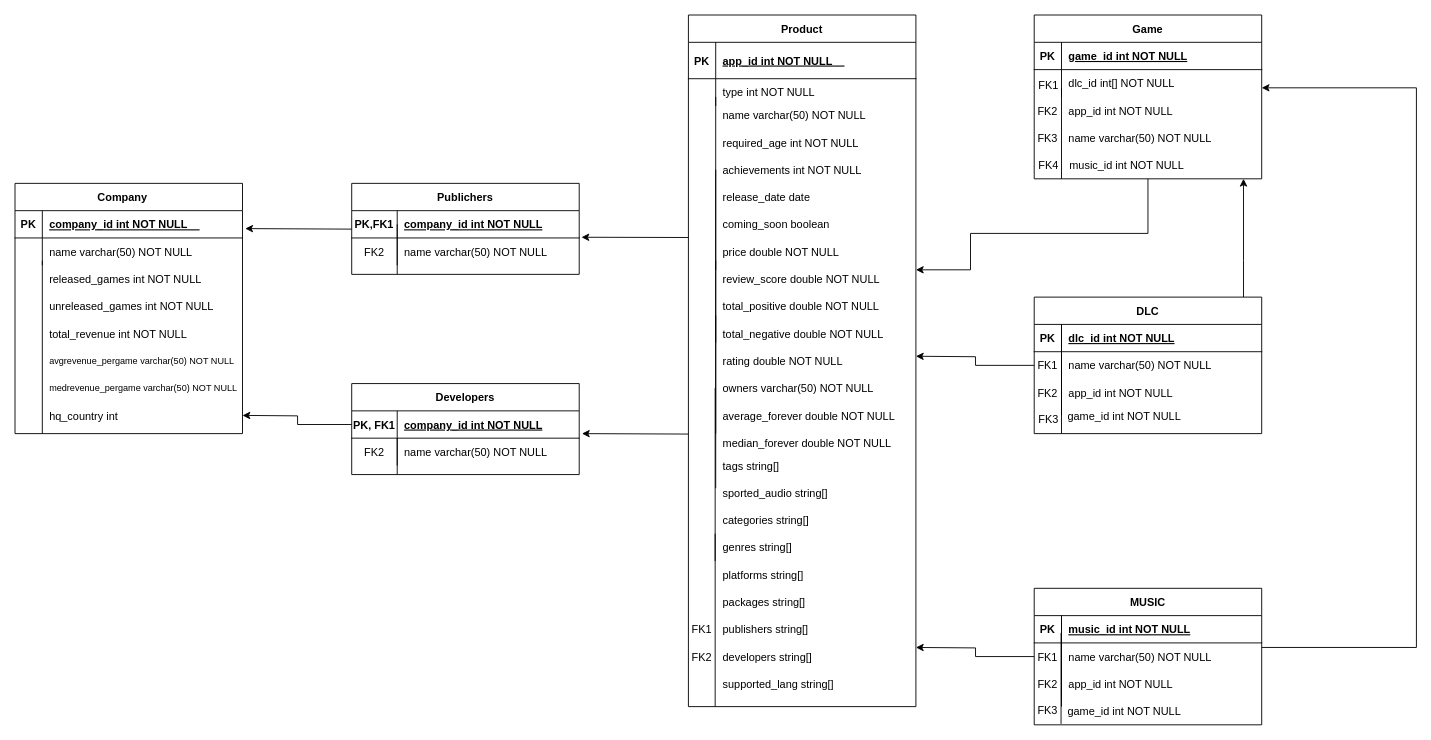
This is Trabalho/Untitled Diagram.drawio from Cyber-Dragon-18/BD, a draw.io file, before an edit. Source tidied: cells renumbered, new cells numbered last; positions are measured from the earlier drawing's top-left corner, leaving out a move shared by most shapes. Both pictures are drawn from the tidied source at 91%, with x=0, y=0 at pixel (15, 15).
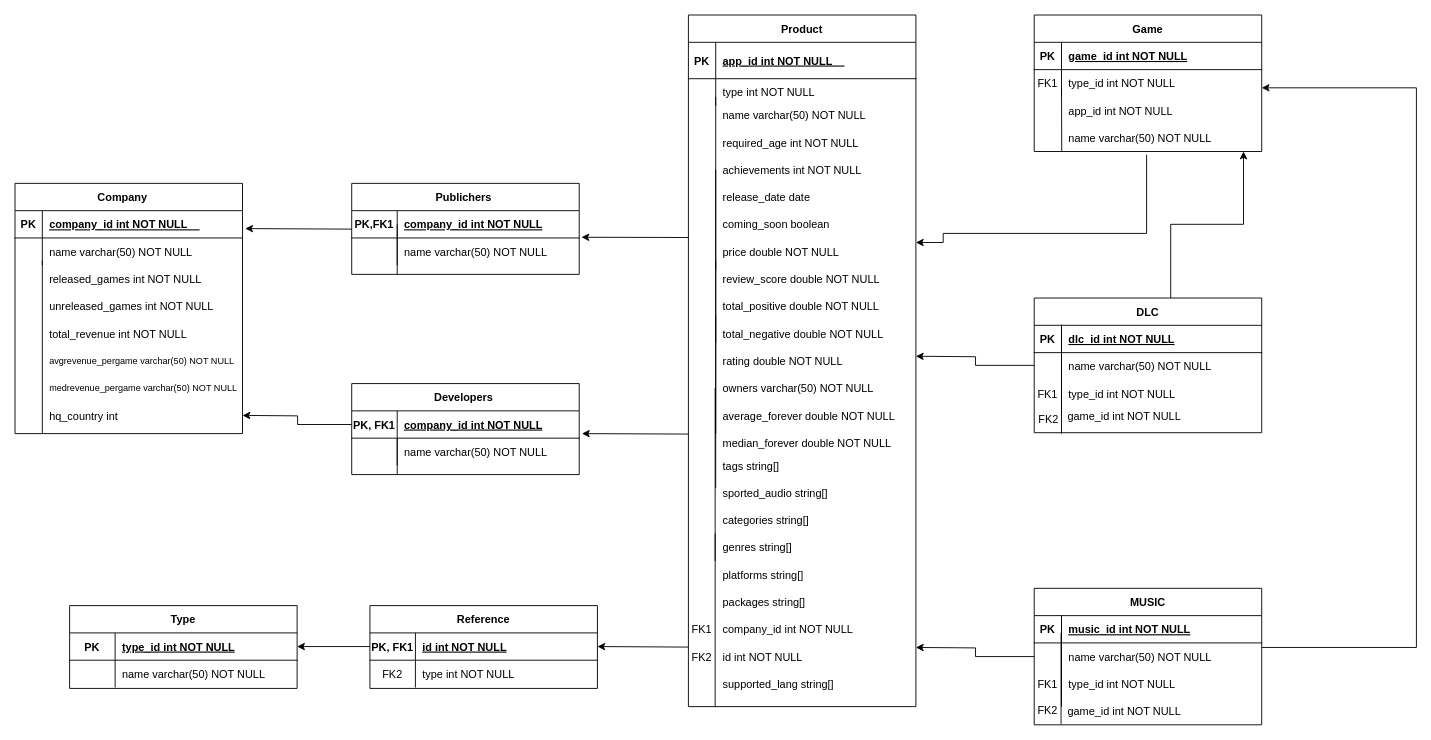
Above is the later version.

The change refers to these unchanged cells:
```xml
<mxCell id="6" style="shape=partialRectangle;fillColor=none;points=[[0,0.5],[1,0.5]];portConstraint=eastwest;top=0;left=0;right=0;bottom=0;" parent="2" vertex="1">
  <mxGeometry y="60" width="250" height="30" as="geometry" />
</mxCell>
<mxCell id="15" style="shape=partialRectangle;fillColor=none;top=0;left=0;right=0;bottom=0;" parent="11" vertex="1">
  <mxGeometry y="60" width="250" height="30" as="geometry" />
</mxCell>
<mxCell id="18" style="shape=partialRectangle;fillColor=none;top=0;left=0;right=0;bottom=0;" parent="11" vertex="1">
  <mxGeometry y="90" width="250" height="30" as="geometry" />
</mxCell>
<mxCell id="44" style="shape=partialRectangle;fillColor=none;top=0;left=0;right=0;bottom=0;" parent="37" vertex="1">
  <mxGeometry y="90" width="250" height="30" as="geometry" />
</mxCell>
<mxCell id="48" style="shape=partialRectangle;fillColor=none;top=0;left=0;right=0;bottom=0;" parent="1" vertex="1">
  <mxGeometry x="1120" y="90" width="250" height="30" as="geometry" />
</mxCell>
<mxCell id="93" style="shape=partialRectangle;fillColor=none;top=0;left=0;right=0;bottom=0;" parent="89" vertex="1">
  <mxGeometry y="60" width="250" height="30" as="geometry" />
</mxCell>
<mxCell id="101" style="shape=partialRectangle;fillColor=none;top=0;left=0;right=0;bottom=0;" parent="97" vertex="1">
  <mxGeometry y="60" width="250" height="30" as="geometry" />
</mxCell>
<mxCell id="112" style="shape=partialRectangle;fillColor=none;points=[[0,0.5],[1,0.5]];portConstraint=eastwest;top=0;left=0;right=0;bottom=0;" parent="1" vertex="1">
  <mxGeometry x="1120" y="120" width="250" height="30" as="geometry" />
</mxCell>
```

The edit, as a diff of the source:
```diff
@@
     <mxCell id="2" value="Game" style="shape=table;startSize=30;childLayout=tableLayout;rowLines=0;fontStyle=1;align=center;" parent="1" vertex="1">
-      <mxGeometry x="1120" width="250" height="180" as="geometry" />
+      <mxGeometry x="1120" width="250" height="150" as="geometry" />
     </mxCell>
@@
-    <mxCell id="7" style="shape=partialRectangle;overflow=hidden;fillColor=none;top=0;left=0;bottom=0;right=0;" parent="6" vertex="1">
+    <mxCell id="7" value="FK1" style="shape=partialRectangle;overflow=hidden;fillColor=none;top=0;left=0;bottom=0;right=0;" parent="6" vertex="1">
       <mxGeometry width="30" height="30" as="geometry" />
     </mxCell>
-    <mxCell id="8" value="dlc_id int[] NOT NULL" style="shape=partialRectangle;overflow=hidden;fillColor=none;top=0;left=0;bottom=0;right=0;align=left;spacingLeft=6;" parent="6" vertex="1">
+    <mxCell id="8" value="type_id int NOT NULL" style="shape=partialRectangle;overflow=hidden;fillColor=none;top=0;left=0;bottom=0;right=0;align=left;spacingLeft=6;" parent="6" vertex="1">
       <mxGeometry x="30" width="220" height="30" as="geometry" />
     </mxCell>
@@
-    <mxCell id="10" style="edgeStyle=orthogonalEdgeStyle;rounded=0;jettySize=auto;html=1;" parent="1" edge="1" source="11">
+    <mxCell id="10" style="edgeStyle=orthogonalEdgeStyle;rounded=0;jettySize=auto;html=1;entryX=0.92;entryY=1;entryDx=0;entryDy=0;entryPerimeter=0;" parent="1" edge="1" source="11" target="112">
       <mxGeometry relative="1" as="geometry">
-        <mxPoint x="1350" y="180" as="targetPoint" />
         <Array as="points">
-          <mxPoint x="1350" y="270" />
-          <mxPoint x="1350" y="270" />
+          <mxPoint x="1270" y="230" />
+          <mxPoint x="1350" y="230" />
         </Array>
       </mxGeometry>
     </mxCell>
     <mxCell id="11" value="DLC" style="shape=table;startSize=30;childLayout=tableLayout;rowLines=0;fontStyle=1;align=center;" parent="1" vertex="1">
-      <mxGeometry x="1120" y="310" width="250" height="150" as="geometry" />
+      <mxGeometry x="1120" y="311" width="250" height="148" as="geometry" />
     </mxCell>
@@
-    <mxCell id="16" value="FK1" style="shape=partialRectangle;overflow=hidden;fillColor=none;top=0;left=0;bottom=0;right=0;" parent="15" vertex="1">
+    <mxCell id="16" style="shape=partialRectangle;overflow=hidden;fillColor=none;top=0;left=0;bottom=0;right=0;" parent="15" vertex="1">
       <mxGeometry width="30" height="30" as="geometry" />
     </mxCell>
@@
-    <mxCell id="19" value="FK2" style="shape=partialRectangle;overflow=hidden;fillColor=none;top=0;left=0;bottom=0;right=0;" parent="18" vertex="1">
+    <mxCell id="19" value="FK1" style="shape=partialRectangle;overflow=hidden;fillColor=none;top=0;left=0;bottom=0;right=0;" parent="18" vertex="1">
       <mxGeometry width="30" height="30" as="geometry" />
     </mxCell>
-    <mxCell id="20" value="app_id int NOT NULL" style="shape=partialRectangle;overflow=hidden;fillColor=none;top=0;left=0;bottom=0;right=0;align=left;spacingLeft=6;" parent="18" vertex="1">
+    <mxCell id="20" value="type_id int NOT NULL" style="shape=partialRectangle;overflow=hidden;fillColor=none;top=0;left=0;bottom=0;right=0;align=left;spacingLeft=6;" parent="18" vertex="1">
       <mxGeometry x="30" width="220" height="30" as="geometry" />
     </mxCell>
@@
-    <mxCell id="45" value="FK2" style="shape=partialRectangle;overflow=hidden;fillColor=none;top=0;left=0;bottom=0;right=0;" parent="44" vertex="1">
+    <mxCell id="45" value="FK1" style="shape=partialRectangle;overflow=hidden;fillColor=none;top=0;left=0;bottom=0;right=0;" parent="44" vertex="1">
       <mxGeometry width="30" height="30" as="geometry" />
     </mxCell>
-    <mxCell id="46" value="app_id int NOT NULL" style="shape=partialRectangle;overflow=hidden;fillColor=none;top=0;left=0;bottom=0;right=0;align=left;spacingLeft=6;" parent="44" vertex="1">
+    <mxCell id="46" value="type_id int NOT NULL" style="shape=partialRectangle;overflow=hidden;fillColor=none;top=0;left=0;bottom=0;right=0;align=left;spacingLeft=6;" parent="44" vertex="1">
       <mxGeometry x="30" width="220" height="30" as="geometry" />
     </mxCell>
-    <mxCell id="47" style="edgeStyle=orthogonalEdgeStyle;rounded=0;orthogonalLoop=1;jettySize=auto;html=1;" parent="1" edge="1">
+    <mxCell id="47" style="edgeStyle=orthogonalEdgeStyle;rounded=0;jettySize=auto;html=1;exitX=0.494;exitY=1.117;exitDx=0;exitDy=0;exitPerimeter=0;" parent="1" edge="1" source="112">
       <mxGeometry relative="1" as="geometry">
-        <mxPoint x="1245" y="180" as="sourcePoint" />
-        <mxPoint x="990" y="280" as="targetPoint" />
+        <mxPoint x="990" y="250" as="targetPoint" />
         <Array as="points">
-          <mxPoint x="1245" y="240" />
-          <mxPoint x="1050" y="240" />
+          <mxPoint x="1244" y="240" />
+          <mxPoint x="1020" y="240" />
+          <mxPoint x="1020" y="250" />
         </Array>
       </mxGeometry>
     </mxCell>
@@
-    <mxCell id="49" value="FK2" style="shape=partialRectangle;overflow=hidden;fillColor=none;top=0;left=0;bottom=0;right=0;" parent="48" vertex="1">
-      <mxGeometry width="30" height="30" as="geometry" />
-    </mxCell>
@@
-    <mxCell id="51" style="endArrow=none;html=1;rounded=0;" parent="1" edge="1">
+    <mxCell id="51" style="endArrow=none;html=1;rounded=0;exitX=0.121;exitY=0.978;exitDx=0;exitDy=0;exitPerimeter=0;" parent="1" edge="1" source="112">
       <mxGeometry relative="1" as="geometry">
-        <mxPoint x="1150" y="180" as="sourcePoint" />
         <mxPoint x="1150" y="80" as="targetPoint" />
       </mxGeometry>
     </mxCell>
@@
-    <mxCell id="86" value="publishers string[]" style="shape=partialRectangle;overflow=hidden;fillColor=none;top=0;left=0;bottom=0;right=0;align=left;spacingLeft=6;" parent="1" vertex="1">
+    <mxCell id="86" value="company_id int NOT NULL" style="shape=partialRectangle;overflow=hidden;fillColor=none;top=0;left=0;bottom=0;right=0;align=left;spacingLeft=6;" parent="1" vertex="1">
       <mxGeometry x="770" y="660" width="220" height="30" as="geometry" />
     </mxCell>
-    <mxCell id="87" value="developers string[]" style="shape=partialRectangle;overflow=hidden;fillColor=none;top=0;left=0;bottom=0;right=0;align=left;spacingLeft=6;" parent="1" vertex="1">
+    <mxCell id="87" value="id int NOT NULL" style="shape=partialRectangle;overflow=hidden;fillColor=none;top=0;left=0;bottom=0;right=0;align=left;spacingLeft=6;" parent="1" vertex="1">
       <mxGeometry x="770" y="690" width="220" height="30" as="geometry" />
     </mxCell>
@@
-    <mxCell id="89" value="Publichers" style="shape=table;startSize=30;childLayout=tableLayout;rowLines=0;fontStyle=1;align=center;" parent="1" vertex="1">
+    <mxCell id="89" value="Publichers " style="shape=table;startSize=30;childLayout=tableLayout;rowLines=0;fontStyle=1;align=center;" parent="1" vertex="1">
       <mxGeometry x="370" y="185" width="250" height="100" as="geometry" />
     </mxCell>
@@
-    <mxCell id="94" value="FK2" style="shape=partialRectangle;overflow=hidden;fillColor=none;top=0;left=0;bottom=0;right=0;" parent="93" vertex="1">
+    <mxCell id="94" style="shape=partialRectangle;overflow=hidden;fillColor=none;top=0;left=0;bottom=0;right=0;" parent="93" vertex="1">
       <mxGeometry width="50" height="30" as="geometry" />
     </mxCell>
@@
-    <mxCell id="97" value="Developers" style="shape=table;startSize=30;childLayout=tableLayout;rowLines=0;fontStyle=1;align=center;" parent="1" vertex="1">
+    <mxCell id="97" value="Developers " style="shape=table;startSize=30;childLayout=tableLayout;rowLines=0;fontStyle=1;align=center;" parent="1" vertex="1">
       <mxGeometry x="370" y="405" width="250" height="100" as="geometry" />
     </mxCell>
@@
-    <mxCell id="102" value="FK2" style="shape=partialRectangle;overflow=hidden;fillColor=none;top=0;left=0;bottom=0;right=0;" parent="101" vertex="1">
+    <mxCell id="102" style="shape=partialRectangle;overflow=hidden;fillColor=none;top=0;left=0;bottom=0;right=0;" parent="101" vertex="1">
       <mxGeometry width="50" height="30" as="geometry" />
     </mxCell>
@@
-    <mxCell id="108" value="FK1" style="shape=partialRectangle;overflow=hidden;fillColor=none;top=0;left=0;bottom=0;right=0;" parent="1" vertex="1">
-      <mxGeometry x="740" y="660" width="30" height="30" as="geometry" />
-    </mxCell>
-    <mxCell id="109" value="FK2" style="shape=partialRectangle;overflow=hidden;fillColor=none;top=0;left=0;bottom=0;right=0;" parent="1" vertex="1">
-      <mxGeometry x="740" y="690" width="30" height="30" as="geometry" />
-    </mxCell>
@@
-    <mxCell id="111" value="FK1" style="shape=partialRectangle;overflow=hidden;fillColor=none;top=0;left=0;bottom=0;right=0;" parent="1" vertex="1">
-      <mxGeometry x="1121" y="62" width="30" height="30" as="geometry" />
-    </mxCell>
@@
-    <mxCell id="113" value="FK3" style="shape=partialRectangle;overflow=hidden;fillColor=none;top=0;left=0;bottom=0;right=0;" parent="112" vertex="1">
-      <mxGeometry width="30" height="30" as="geometry" />
-    </mxCell>
@@
-    <mxCell id="115" value="FK1" style="shape=partialRectangle;overflow=hidden;fillColor=none;top=0;left=0;bottom=0;right=0;" parent="1" vertex="1">
-      <mxGeometry x="1120" y="690" width="30" height="30" as="geometry" />
-    </mxCell>
@@
-    <mxCell id="118" value="FK3" style="shape=partialRectangle;overflow=hidden;fillColor=none;top=0;left=0;bottom=0;right=0;" parent="1" vertex="1">
+    <mxCell id="118" value="FK2" style="shape=partialRectangle;overflow=hidden;fillColor=none;top=0;left=0;bottom=0;right=0;" parent="1" vertex="1">
       <mxGeometry x="1121" y="429" width="30" height="30" as="geometry" />
     </mxCell>
@@
-    <mxCell id="120" value="FK3" style="shape=partialRectangle;overflow=hidden;fillColor=none;top=0;left=0;bottom=0;right=0;" parent="1" vertex="1">
+    <mxCell id="120" value="FK2" style="shape=partialRectangle;overflow=hidden;fillColor=none;top=0;left=0;bottom=0;right=0;" parent="1" vertex="1">
       <mxGeometry x="1120" y="749" width="30" height="30" as="geometry" />
     </mxCell>
@@
-    <mxCell id="122" value="music_id int NOT NULL" style="shape=partialRectangle;overflow=hidden;fillColor=none;top=0;left=0;bottom=0;right=0;align=left;spacingLeft=6;" parent="1" vertex="1">
-      <mxGeometry x="1151" y="150" width="220" height="30" as="geometry" />
-    </mxCell>
-    <mxCell id="123" value="FK4" style="shape=partialRectangle;overflow=hidden;fillColor=none;top=0;left=0;bottom=0;right=0;" parent="1" vertex="1">
-      <mxGeometry x="1121" y="150" width="30" height="30" as="geometry" />
-    </mxCell>
+    <mxCell id="124" value="Reference" style="shape=table;startSize=30;childLayout=tableLayout;rowLines=0;fontStyle=1;align=center;" parent="1" vertex="1">
+      <mxGeometry x="390" y="649" width="250" height="91" as="geometry" />
+    </mxCell>
+    <mxCell id="125" style="shape=partialRectangle;fillColor=none;points=[[0,0.5],[1,0.5]];portConstraint=eastwest;top=0;left=0;right=0;bottom=1;" parent="124" vertex="1">
+      <mxGeometry y="30" width="250" height="30" as="geometry" />
+    </mxCell>
+    <mxCell id="126" value="PK, FK1" style="shape=partialRectangle;overflow=hidden;fillColor=none;top=0;left=0;bottom=0;right=0;fontStyle=1;" parent="125" vertex="1">
+      <mxGeometry width="50" height="30" as="geometry" />
+    </mxCell>
+    <mxCell id="127" value="id int NOT NULL" style="shape=partialRectangle;overflow=hidden;fillColor=none;top=0;left=0;bottom=0;right=0;align=left;spacingLeft=6;fontStyle=5;" parent="125" vertex="1">
+      <mxGeometry x="50" width="200" height="30" as="geometry" />
+    </mxCell>
+    <mxCell id="128" style="shape=partialRectangle;fillColor=none;top=0;left=0;right=0;bottom=0;" parent="124" vertex="1">
+      <mxGeometry y="60" width="250" height="30" as="geometry" />
+    </mxCell>
+    <mxCell id="49" value="FK2" style="shape=partialRectangle;overflow=hidden;fillColor=none;top=0;left=0;bottom=0;right=0;" parent="128" vertex="1">
+      <mxGeometry width="50" height="30" as="geometry" />
+    </mxCell>
+    <mxCell id="129" value="type int NOT NULL" style="shape=partialRectangle;overflow=hidden;fillColor=none;top=0;left=0;bottom=0;right=0;align=left;spacingLeft=6;" parent="128" vertex="1">
+      <mxGeometry x="50" width="200" height="30" as="geometry" />
+    </mxCell>
+    <mxCell id="130" value="Type" style="shape=table;startSize=30;childLayout=tableLayout;rowLines=0;fontStyle=1;align=center;" parent="1" vertex="1">
+      <mxGeometry x="60" y="649" width="250" height="91" as="geometry" />
+    </mxCell>
+    <mxCell id="131" style="shape=partialRectangle;fillColor=none;points=[[0,0.5],[1,0.5]];portConstraint=eastwest;top=0;left=0;right=0;bottom=1;" parent="130" vertex="1">
+      <mxGeometry y="30" width="250" height="30" as="geometry" />
+    </mxCell>
+    <mxCell id="132" value="PK" style="shape=partialRectangle;overflow=hidden;fillColor=none;top=0;left=0;bottom=0;right=0;fontStyle=1;" parent="131" vertex="1">
+      <mxGeometry width="50" height="30" as="geometry" />
+    </mxCell>
+    <mxCell id="133" value="type_id int NOT NULL" style="shape=partialRectangle;overflow=hidden;fillColor=none;top=0;left=0;bottom=0;right=0;align=left;spacingLeft=6;fontStyle=5;" parent="131" vertex="1">
+      <mxGeometry x="50" width="200" height="30" as="geometry" />
+    </mxCell>
+    <mxCell id="134" style="shape=partialRectangle;fillColor=none;top=0;left=0;right=0;bottom=0;" parent="130" vertex="1">
+      <mxGeometry y="60" width="250" height="30" as="geometry" />
+    </mxCell>
+    <mxCell id="135" style="shape=partialRectangle;overflow=hidden;fillColor=none;top=0;left=0;bottom=0;right=0;" parent="134" vertex="1">
+      <mxGeometry width="50" height="30" as="geometry" />
+    </mxCell>
+    <mxCell id="136" value="name varchar(50) NOT NULL" style="shape=partialRectangle;overflow=hidden;fillColor=none;top=0;left=0;bottom=0;right=0;align=left;spacingLeft=6;" parent="134" vertex="1">
+      <mxGeometry x="50" width="200" height="30" as="geometry" />
+    </mxCell>
+    <mxCell id="137" style="endArrow=classic;html=1;rounded=0;" parent="1" edge="1">
+      <mxGeometry relative="1" as="geometry">
+        <mxPoint x="740" y="694.6" as="sourcePoint" />
+        <mxPoint x="640" y="694" as="targetPoint" />
+      </mxGeometry>
+    </mxCell>
+    <mxCell id="138" style="edgeStyle=none;html=1;entryX=1;entryY=0.5;entryDx=0;entryDy=0;" parent="1" edge="1" source="125" target="131">
+      <mxGeometry relative="1" as="geometry" />
+    </mxCell>
+    <mxCell id="108" value="FK1" style="shape=partialRectangle;overflow=hidden;fillColor=none;top=0;left=0;bottom=0;right=0;" parent="1" vertex="1">
+      <mxGeometry x="740" y="660" width="30" height="30" as="geometry" />
+    </mxCell>
+    <mxCell id="109" value="FK2" style="shape=partialRectangle;overflow=hidden;fillColor=none;top=0;left=0;bottom=0;right=0;" parent="1" vertex="1">
+      <mxGeometry x="740" y="690" width="30" height="30" as="geometry" />
+    </mxCell>
```
